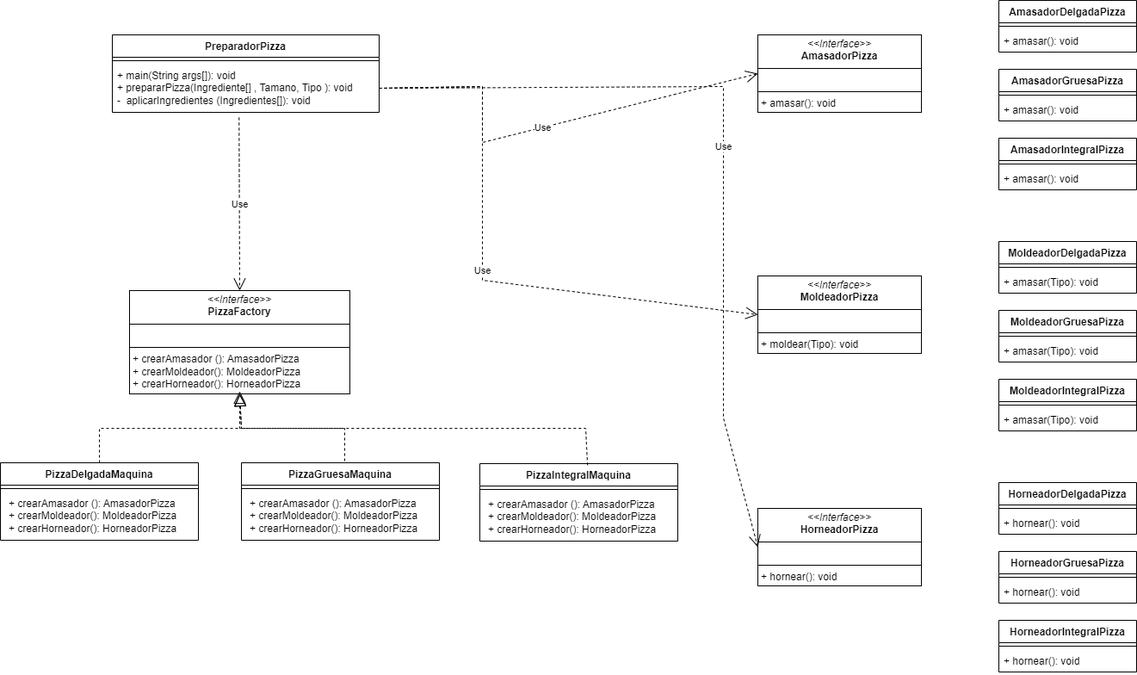
Earlier version of the draw.io export DiagramaPizzaFactory.png (MarianaValle22/Arquitectura-de-Software). Source tidied: cells renumbered, new cells last; positions are measured from the earlier drawing's top-left corner, leaving out a move shared by most shapes.
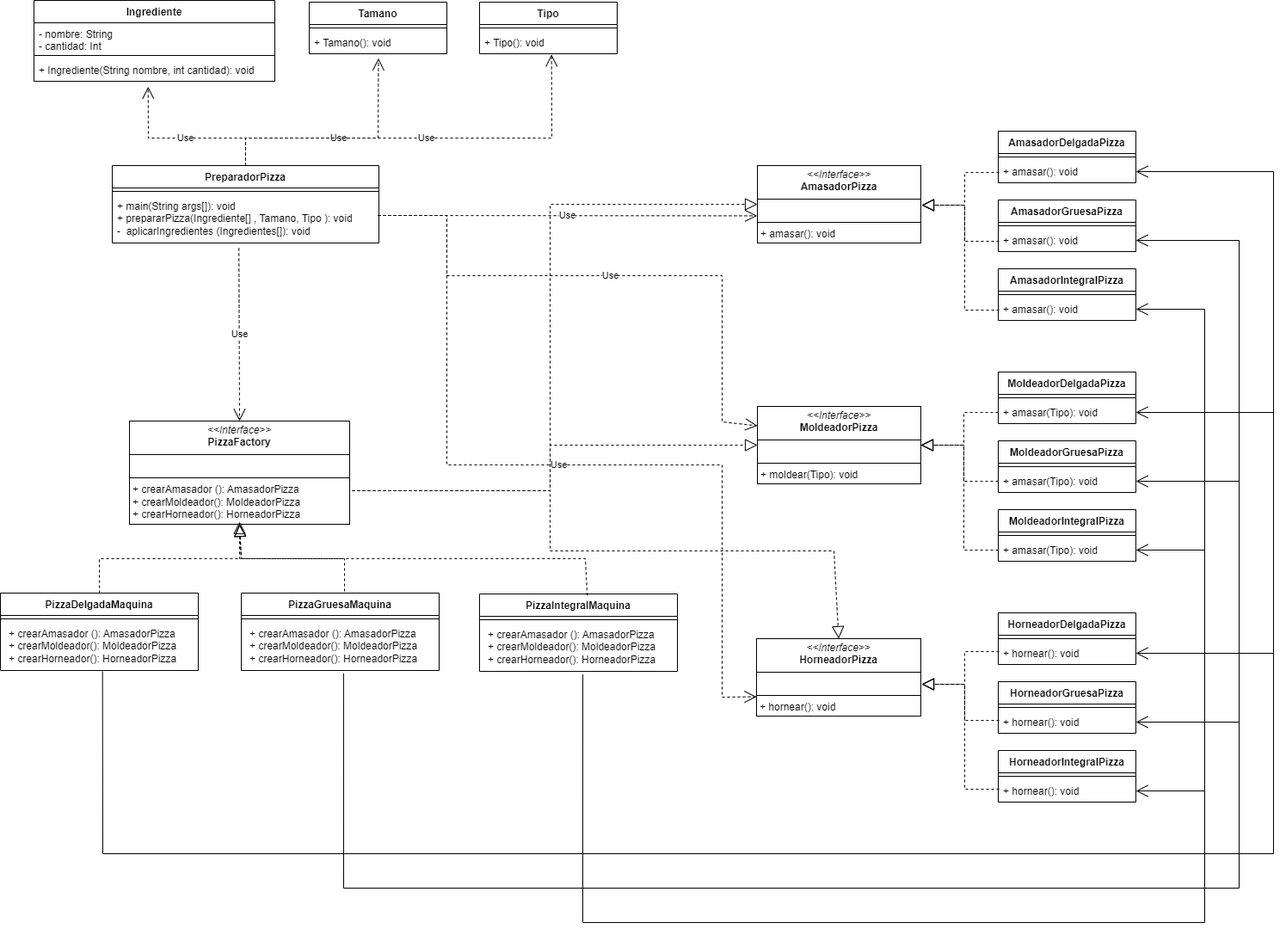
Later version of the same file.

What changed in the source:
```diff
@@ -78,32 +78,8 @@
       <mxGeometry x="880" y="40" width="190" height="90" as="geometry" />
     </mxCell>
     <mxCell id="21" value="&lt;p style=&quot;margin:0px;margin-top:4px;text-align:center;&quot;&gt;&lt;i&gt;&amp;lt;&amp;lt;Interface&amp;gt;&amp;gt;&lt;/i&gt;&lt;br&gt;&lt;b&gt;HorneadorPizza&lt;/b&gt;&lt;/p&gt;&lt;hr size=&quot;1&quot; style=&quot;border-style:solid;&quot;&gt;&lt;p style=&quot;margin:0px;margin-left:4px;&quot;&gt;&lt;br&gt;&lt;/p&gt;&lt;hr size=&quot;1&quot; style=&quot;border-style:solid;&quot;&gt;&lt;p style=&quot;margin:0px;margin-left:4px;&quot;&gt;+ hornear(): void&lt;br&gt;&lt;br&gt;&lt;/p&gt;" style="verticalAlign=top;align=left;overflow=fill;html=1;whiteSpace=wrap;" parent="1" vertex="1">
-      <mxGeometry x="880" y="590" width="190" height="90" as="geometry" />
+      <mxGeometry x="879" y="590" width="191" height="90" as="geometry" />
     </mxCell>
-    <mxCell id="22" value="Use" style="endArrow=open;endSize=12;dashed=1;html=1;rounded=0;exitX=1;exitY=0.5;exitDx=0;exitDy=0;entryX=0;entryY=0.5;entryDx=0;entryDy=0;" parent="1" edge="1" source="4" target="20">
-      <mxGeometry relative="1" as="geometry">
-        <Array as="points">
-          <mxPoint x="560" y="100" />
-          <mxPoint x="560" y="165" />
-        </Array>
-      </mxGeometry>
-    </mxCell>
-    <mxCell id="23" value="Use" style="endArrow=open;endSize=12;dashed=1;html=1;rounded=0;exitX=1;exitY=0.5;exitDx=0;exitDy=0;entryX=0;entryY=0.5;entryDx=0;entryDy=0;" parent="1" edge="1" source="4" target="19">
-      <mxGeometry relative="1" as="geometry">
-        <Array as="points">
-          <mxPoint x="560" y="100" />
-          <mxPoint x="560" y="325" />
-        </Array>
-      </mxGeometry>
-    </mxCell>
-    <mxCell id="24" value="Use" style="endArrow=open;endSize=12;dashed=1;html=1;rounded=0;exitX=1;exitY=0.5;exitDx=0;exitDy=0;entryX=0;entryY=0.5;entryDx=0;entryDy=0;" parent="1" edge="1" source="4" target="21">
-      <mxGeometry relative="1" as="geometry">
-        <Array as="points">
-          <mxPoint x="840" y="100" />
-          <mxPoint x="840" y="485" />
-        </Array>
-      </mxGeometry>
-    </mxCell>
     <mxCell id="25" value="AmasadorDelgadaPizza" style="swimlane;fontStyle=1;align=center;verticalAlign=top;horizontal=1;startSize=26;whiteSpace=wrap;html=1;" parent="1" vertex="1">
       <mxGeometry x="1160" width="160" height="60" as="geometry" />
     </mxCell>
@@ -185,5 +161,273 @@
     <mxCell id="51" value="+ hornear(): void" style="text;strokeColor=none;fillColor=none;align=left;verticalAlign=top;spacingLeft=4;spacingRight=4;overflow=hidden;points=[[0,0.5],[1,0.5]];portConstraint=eastwest;whiteSpace=wrap;html=1;" parent="49" vertex="1">
       <mxGeometry y="34" width="160" height="26" as="geometry" />
     </mxCell>
+    <mxCell id="52" style="endArrow=block;dashed=1;endFill=0;endSize=12;html=1;rounded=0;exitX=0;exitY=0.5;exitDx=0;exitDy=0;entryX=1;entryY=0.5;entryDx=0;entryDy=0;" parent="1" edge="1" source="36" target="19">
+      <mxGeometry relative="1" as="geometry">
+        <Array as="points">
+          <mxPoint x="1120" y="327" />
+          <mxPoint x="1120" y="365" />
+        </Array>
+      </mxGeometry>
+    </mxCell>
+    <mxCell id="53" style="endArrow=block;dashed=1;endFill=0;endSize=12;html=1;rounded=0;exitX=0;exitY=0.5;exitDx=0;exitDy=0;entryX=1;entryY=0.5;entryDx=0;entryDy=0;" parent="1" edge="1" source="39" target="19">
+      <mxGeometry relative="1" as="geometry">
+        <Array as="points">
+          <mxPoint x="1120" y="407" />
+          <mxPoint x="1120" y="365" />
+        </Array>
+      </mxGeometry>
+    </mxCell>
+    <mxCell id="54" style="endArrow=block;dashed=1;endFill=0;endSize=12;html=1;rounded=0;exitX=0;exitY=0.5;exitDx=0;exitDy=0;entryX=1;entryY=0.5;entryDx=0;entryDy=0;" parent="1" edge="1" source="42" target="19">
+      <mxGeometry relative="1" as="geometry">
+        <Array as="points">
+          <mxPoint x="1120" y="487" />
+          <mxPoint x="1120" y="365" />
+        </Array>
+      </mxGeometry>
+    </mxCell>
+    <mxCell id="55" style="endArrow=block;dashed=1;endFill=0;endSize=12;html=1;rounded=0;exitX=0;exitY=0.5;exitDx=0;exitDy=0;entryX=1;entryY=0.5;entryDx=0;entryDy=0;" parent="1" edge="1">
+      <mxGeometry relative="1" as="geometry">
+        <mxPoint x="1161" y="605" as="sourcePoint" />
+        <mxPoint x="1071" y="643" as="targetPoint" />
+        <Array as="points">
+          <mxPoint x="1121" y="605" />
+          <mxPoint x="1121" y="643" />
+        </Array>
+      </mxGeometry>
+    </mxCell>
+    <mxCell id="56" style="endArrow=block;dashed=1;endFill=0;endSize=12;html=1;rounded=0;exitX=0;exitY=0.5;exitDx=0;exitDy=0;entryX=1;entryY=0.5;entryDx=0;entryDy=0;" parent="1" edge="1">
+      <mxGeometry relative="1" as="geometry">
+        <mxPoint x="1161" y="685" as="sourcePoint" />
+        <mxPoint x="1071" y="643" as="targetPoint" />
+        <Array as="points">
+          <mxPoint x="1121" y="685" />
+          <mxPoint x="1121" y="643" />
+        </Array>
+      </mxGeometry>
+    </mxCell>
+    <mxCell id="57" style="endArrow=block;dashed=1;endFill=0;endSize=12;html=1;rounded=0;exitX=0;exitY=0.5;exitDx=0;exitDy=0;entryX=1;entryY=0.5;entryDx=0;entryDy=0;" parent="1" edge="1">
+      <mxGeometry relative="1" as="geometry">
+        <mxPoint x="1161" y="765" as="sourcePoint" />
+        <mxPoint x="1071" y="643" as="targetPoint" />
+        <Array as="points">
+          <mxPoint x="1121" y="765" />
+          <mxPoint x="1121" y="643" />
+        </Array>
+      </mxGeometry>
+    </mxCell>
+    <mxCell id="58" style="endArrow=block;dashed=1;endFill=0;endSize=12;html=1;rounded=0;exitX=0;exitY=0.5;exitDx=0;exitDy=0;entryX=1;entryY=0.5;entryDx=0;entryDy=0;" parent="1" edge="1">
+      <mxGeometry relative="1" as="geometry">
+        <mxPoint x="1161" y="48" as="sourcePoint" />
+        <mxPoint x="1071" y="86" as="targetPoint" />
+        <Array as="points">
+          <mxPoint x="1121" y="48" />
+          <mxPoint x="1121" y="86" />
+        </Array>
+      </mxGeometry>
+    </mxCell>
+    <mxCell id="59" style="endArrow=block;dashed=1;endFill=0;endSize=12;html=1;rounded=0;exitX=0;exitY=0.5;exitDx=0;exitDy=0;entryX=1;entryY=0.5;entryDx=0;entryDy=0;" parent="1" edge="1">
+      <mxGeometry relative="1" as="geometry">
+        <mxPoint x="1161" y="128" as="sourcePoint" />
+        <mxPoint x="1071" y="86" as="targetPoint" />
+        <Array as="points">
+          <mxPoint x="1121" y="128" />
+          <mxPoint x="1121" y="86" />
+        </Array>
+      </mxGeometry>
+    </mxCell>
+    <mxCell id="60" style="endArrow=block;dashed=1;endFill=0;endSize=12;html=1;rounded=0;exitX=0;exitY=0.5;exitDx=0;exitDy=0;entryX=1;entryY=0.5;entryDx=0;entryDy=0;" parent="1" edge="1">
+      <mxGeometry relative="1" as="geometry">
+        <mxPoint x="1161" y="208" as="sourcePoint" />
+        <mxPoint x="1071" y="86" as="targetPoint" />
+        <Array as="points">
+          <mxPoint x="1121" y="208" />
+          <mxPoint x="1121" y="86" />
+        </Array>
+      </mxGeometry>
+    </mxCell>
+    <mxCell id="61" style="endArrow=open;endFill=1;endSize=12;html=1;rounded=0;exitX=0.516;exitY=1.02;exitDx=0;exitDy=0;exitPerimeter=0;entryX=1;entryY=0.5;entryDx=0;entryDy=0;" parent="1" edge="1" source="9" target="45">
+      <mxGeometry relative="1" as="geometry">
+        <Array as="points">
+          <mxPoint x="119" y="840" />
+          <mxPoint x="1480" y="840" />
+          <mxPoint x="1480" y="607" />
+        </Array>
+      </mxGeometry>
+    </mxCell>
+    <mxCell id="62" style="endArrow=open;endFill=1;endSize=12;html=1;rounded=0;entryX=1;entryY=0.5;entryDx=0;entryDy=0;" parent="1" edge="1" target="36">
+      <mxGeometry relative="1" as="geometry">
+        <mxPoint x="1480" y="620" as="sourcePoint" />
+        <Array as="points">
+          <mxPoint x="1480" y="327" />
+        </Array>
+      </mxGeometry>
+    </mxCell>
+    <mxCell id="63" style="endArrow=open;endFill=1;endSize=12;html=1;rounded=0;entryX=1;entryY=0.5;entryDx=0;entryDy=0;" parent="1" edge="1" target="27">
+      <mxGeometry relative="1" as="geometry">
+        <mxPoint x="1480" y="340" as="sourcePoint" />
+        <Array as="points">
+          <mxPoint x="1480" y="47" />
+        </Array>
+      </mxGeometry>
+    </mxCell>
+    <mxCell id="64" style="endArrow=open;endFill=1;endSize=12;html=1;rounded=0;exitX=0.517;exitY=1.063;exitDx=0;exitDy=0;exitPerimeter=0;entryX=1;entryY=0.5;entryDx=0;entryDy=0;" parent="1" edge="1" source="12" target="48">
+      <mxGeometry relative="1" as="geometry">
+        <Array as="points">
+          <mxPoint x="399" y="880" />
+          <mxPoint x="1440" y="880" />
+          <mxPoint x="1440" y="687" />
+        </Array>
+      </mxGeometry>
+    </mxCell>
+    <mxCell id="65" style="endArrow=open;endFill=1;endSize=12;html=1;rounded=0;entryX=1;entryY=0.5;entryDx=0;entryDy=0;" parent="1" edge="1" target="39">
+      <mxGeometry relative="1" as="geometry">
+        <mxPoint x="1440" y="690" as="sourcePoint" />
+        <Array as="points">
+          <mxPoint x="1440" y="407" />
+        </Array>
+      </mxGeometry>
+    </mxCell>
+    <mxCell id="66" style="endArrow=open;endFill=1;endSize=12;html=1;rounded=0;entryX=1;entryY=0.5;entryDx=0;entryDy=0;" parent="1" edge="1" target="30">
+      <mxGeometry relative="1" as="geometry">
+        <mxPoint x="1440" y="410" as="sourcePoint" />
+        <Array as="points">
+          <mxPoint x="1440" y="127" />
+        </Array>
+      </mxGeometry>
+    </mxCell>
+    <mxCell id="67" style="endArrow=open;endFill=1;endSize=12;html=1;rounded=0;exitX=0.522;exitY=1.067;exitDx=0;exitDy=0;exitPerimeter=0;entryX=1;entryY=0.5;entryDx=0;entryDy=0;" parent="1" edge="1" source="15" target="51">
+      <mxGeometry relative="1" as="geometry">
+        <Array as="points">
+          <mxPoint x="677" y="920" />
+          <mxPoint x="1400" y="920" />
+          <mxPoint x="1400" y="767" />
+        </Array>
+      </mxGeometry>
+    </mxCell>
+    <mxCell id="68" style="endArrow=open;endFill=1;endSize=12;html=1;rounded=0;entryX=1;entryY=0.5;entryDx=0;entryDy=0;" parent="1" edge="1" target="42">
+      <mxGeometry relative="1" as="geometry">
+        <mxPoint x="1400" y="780" as="sourcePoint" />
+        <Array as="points">
+          <mxPoint x="1400" y="487" />
+        </Array>
+      </mxGeometry>
+    </mxCell>
+    <mxCell id="69" style="endArrow=open;endFill=1;endSize=12;html=1;rounded=0;entryX=1;entryY=0.5;entryDx=0;entryDy=0;" parent="1" edge="1" target="33">
+      <mxGeometry relative="1" as="geometry">
+        <mxPoint x="1400" y="510" as="sourcePoint" />
+        <Array as="points">
+          <mxPoint x="1400" y="207" />
+        </Array>
+      </mxGeometry>
+    </mxCell>
+    <mxCell id="70" value="Ingrediente" style="swimlane;fontStyle=1;align=center;verticalAlign=top;horizontal=1;startSize=26;whiteSpace=wrap;html=1;" parent="1" vertex="1">
+      <mxGeometry x="39" y="-152" width="280" height="94" as="geometry" />
+    </mxCell>
+    <mxCell id="71" value="- nombre: String&lt;div&gt;- cantidad: Int&lt;/div&gt;" style="text;strokeColor=none;fillColor=none;align=left;verticalAlign=top;spacingLeft=4;spacingRight=4;overflow=hidden;whiteSpace=wrap;html=1;" parent="70" vertex="1">
+      <mxGeometry y="26" width="280" height="34" as="geometry" />
+    </mxCell>
+    <mxCell id="72" style="line;strokeWidth=1;fillColor=none;align=left;verticalAlign=middle;spacingTop=-1;spacingLeft=3;spacingRight=3;labelPosition=right;strokeColor=inherit;" parent="70" vertex="1">
+      <mxGeometry y="60" width="280" height="8" as="geometry" />
+    </mxCell>
+    <mxCell id="73" value="+ Ingrediente(String nombre, int cantidad): void" style="text;strokeColor=none;fillColor=none;align=left;verticalAlign=top;spacingLeft=4;spacingRight=4;overflow=hidden;points=[[0,0.5],[1,0.5]];portConstraint=eastwest;whiteSpace=wrap;html=1;" parent="70" vertex="1">
+      <mxGeometry y="68" width="280" height="26" as="geometry" />
+    </mxCell>
+    <mxCell id="74" value="Tamano" style="swimlane;fontStyle=1;align=center;verticalAlign=top;horizontal=1;startSize=26;whiteSpace=wrap;html=1;" parent="1" vertex="1">
+      <mxGeometry x="359" y="-150" width="160" height="60" as="geometry" />
+    </mxCell>
+    <mxCell id="75" style="line;strokeWidth=1;fillColor=none;align=left;verticalAlign=middle;spacingTop=-1;spacingLeft=3;spacingRight=3;labelPosition=right;strokeColor=inherit;" parent="74" vertex="1">
+      <mxGeometry y="26" width="160" height="8" as="geometry" />
+    </mxCell>
+    <mxCell id="76" value="+ Tamano(): void" style="text;strokeColor=none;fillColor=none;align=left;verticalAlign=top;spacingLeft=4;spacingRight=4;overflow=hidden;points=[[0,0.5],[1,0.5]];portConstraint=eastwest;whiteSpace=wrap;html=1;" parent="74" vertex="1">
+      <mxGeometry y="34" width="160" height="26" as="geometry" />
+    </mxCell>
+    <mxCell id="77" value="Tipo" style="swimlane;fontStyle=1;align=center;verticalAlign=top;horizontal=1;startSize=26;whiteSpace=wrap;html=1;" parent="1" vertex="1">
+      <mxGeometry x="557" y="-150" width="160" height="60" as="geometry" />
+    </mxCell>
+    <mxCell id="78" style="line;strokeWidth=1;fillColor=none;align=left;verticalAlign=middle;spacingTop=-1;spacingLeft=3;spacingRight=3;labelPosition=right;strokeColor=inherit;" parent="77" vertex="1">
+      <mxGeometry y="26" width="160" height="8" as="geometry" />
+    </mxCell>
+    <mxCell id="79" value="+ Tipo(): void" style="text;strokeColor=none;fillColor=none;align=left;verticalAlign=top;spacingLeft=4;spacingRight=4;overflow=hidden;points=[[0,0.5],[1,0.5]];portConstraint=eastwest;whiteSpace=wrap;html=1;" parent="77" vertex="1">
+      <mxGeometry y="34" width="160" height="26" as="geometry" />
+    </mxCell>
+    <mxCell id="80" style="endArrow=block;dashed=1;endFill=0;endSize=12;html=1;rounded=0;entryX=0;entryY=0.5;entryDx=0;entryDy=0;" parent="1" edge="1" target="20">
+      <mxGeometry relative="1" as="geometry">
+        <mxPoint x="409" y="418" as="sourcePoint" />
+        <Array as="points">
+          <mxPoint x="639" y="418" />
+          <mxPoint x="639" y="85" />
+        </Array>
+      </mxGeometry>
+    </mxCell>
+    <mxCell id="81" style="endArrow=block;dashed=1;endFill=0;endSize=12;html=1;rounded=0;entryX=0;entryY=0.5;entryDx=0;entryDy=0;" parent="1" edge="1" target="19">
+      <mxGeometry relative="1" as="geometry">
+        <mxPoint x="409" y="418" as="sourcePoint" />
+        <Array as="points">
+          <mxPoint x="639" y="418" />
+          <mxPoint x="639" y="365" />
+        </Array>
+      </mxGeometry>
+    </mxCell>
+    <mxCell id="82" style="endArrow=block;dashed=1;endFill=0;endSize=12;html=1;rounded=0;entryX=0.5;entryY=0;entryDx=0;entryDy=0;" parent="1" edge="1" target="21">
+      <mxGeometry relative="1" as="geometry">
+        <mxPoint x="409" y="418" as="sourcePoint" />
+        <Array as="points">
+          <mxPoint x="639" y="418" />
+          <mxPoint x="639" y="488" />
+          <mxPoint x="969" y="488" />
+        </Array>
+      </mxGeometry>
+    </mxCell>
+    <mxCell id="83" value="Use" style="endArrow=open;endSize=12;dashed=1;html=1;rounded=0;exitX=0.5;exitY=0;exitDx=0;exitDy=0;entryX=0.474;entryY=1.241;entryDx=0;entryDy=0;entryPerimeter=0;" parent="1" edge="1" source="2" target="73">
+      <mxGeometry relative="1" as="geometry">
+        <Array as="points">
+          <mxPoint x="285" y="8" />
+          <mxPoint x="172" y="8" />
+        </Array>
+      </mxGeometry>
+    </mxCell>
+    <mxCell id="84" value="Use" style="endArrow=open;endSize=12;dashed=1;html=1;rounded=0;exitX=0.5;exitY=0;exitDx=0;exitDy=0;entryX=0.503;entryY=1.2;entryDx=0;entryDy=0;entryPerimeter=0;" parent="1" edge="1" source="2" target="76">
+      <mxGeometry relative="1" as="geometry">
+        <Array as="points">
+          <mxPoint x="285" y="8" />
+          <mxPoint x="439" y="8" />
+        </Array>
+      </mxGeometry>
+    </mxCell>
+    <mxCell id="85" value="Use" style="endArrow=open;endSize=12;dashed=1;html=1;rounded=0;exitX=0.5;exitY=0;exitDx=0;exitDy=0;entryX=0.523;entryY=1.031;entryDx=0;entryDy=0;entryPerimeter=0;" parent="1" edge="1" source="2" target="79">
+      <mxGeometry relative="1" as="geometry">
+        <Array as="points">
+          <mxPoint x="285" y="8" />
+          <mxPoint x="641" y="8" />
+        </Array>
+      </mxGeometry>
+    </mxCell>
+    <mxCell id="86" value="Use" style="endArrow=open;endSize=12;dashed=1;html=1;rounded=0;entryX=-0.002;entryY=0.649;entryDx=0;entryDy=0;entryPerimeter=0;" parent="1" edge="1" target="20">
+      <mxGeometry relative="1" as="geometry">
+        <mxPoint x="439" y="98" as="sourcePoint" />
+      </mxGeometry>
+    </mxCell>
+    <mxCell id="87" value="Use" style="endArrow=open;endSize=12;dashed=1;html=1;rounded=0;entryX=0;entryY=0.25;entryDx=0;entryDy=0;" parent="1" edge="1" target="19">
+      <mxGeometry relative="1" as="geometry">
+        <mxPoint x="439" y="98" as="sourcePoint" />
+        <Array as="points">
+          <mxPoint x="519" y="98" />
+          <mxPoint x="519" y="168" />
+          <mxPoint x="839" y="168" />
+          <mxPoint x="839" y="338" />
+        </Array>
+      </mxGeometry>
+    </mxCell>
+    <mxCell id="88" value="Use" style="endArrow=open;endSize=12;dashed=1;html=1;rounded=0;entryX=0;entryY=0.75;entryDx=0;entryDy=0;" parent="1" edge="1" target="21">
+      <mxGeometry relative="1" as="geometry">
+        <mxPoint x="439" y="98" as="sourcePoint" />
+        <Array as="points">
+          <mxPoint x="519" y="98" />
+          <mxPoint x="519" y="388" />
+          <mxPoint x="839" y="388" />
+          <mxPoint x="839" y="658" />
+        </Array>
+      </mxGeometry>
+    </mxCell>
   </root>
 </mxGraphModel>
```
